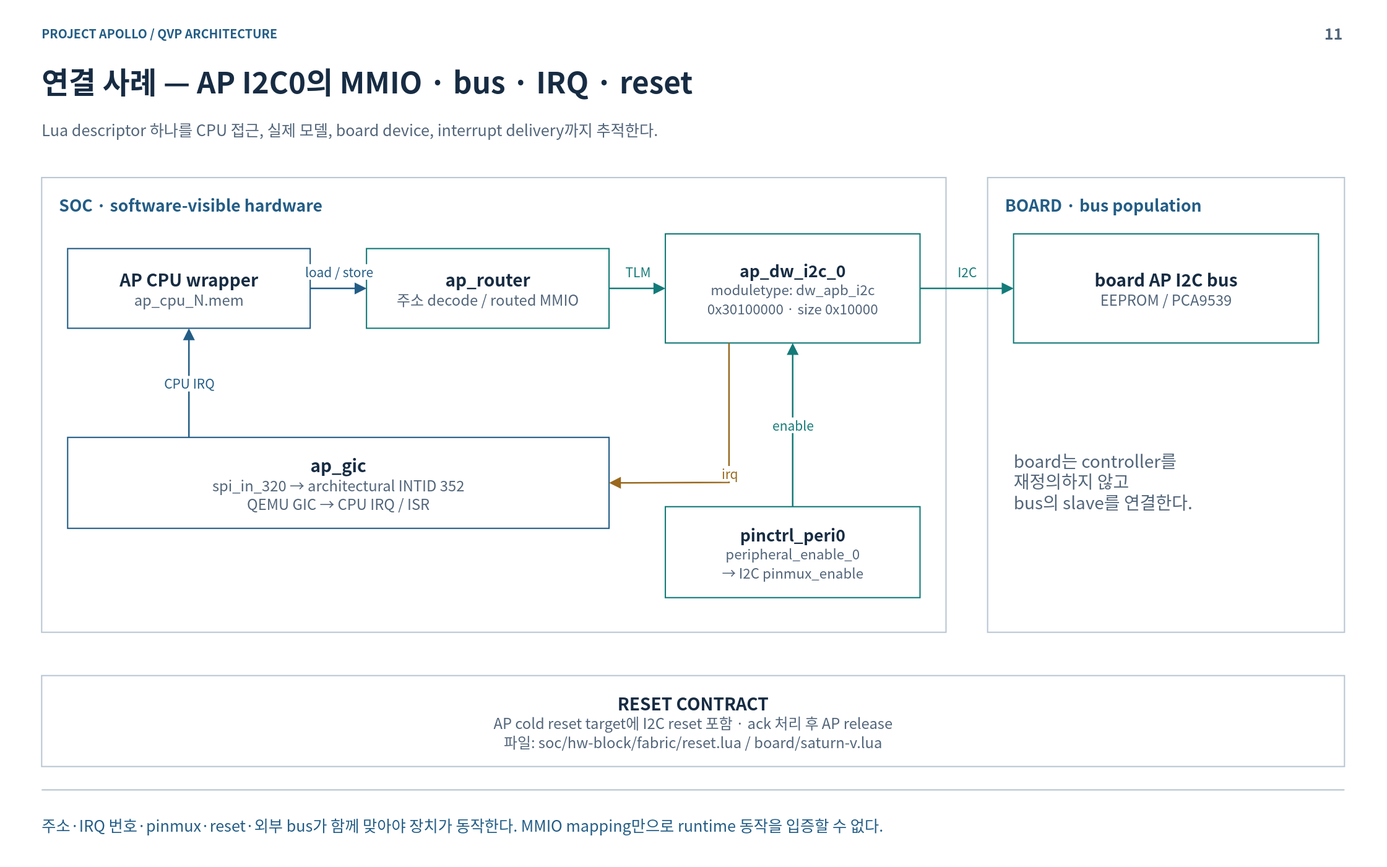
This is doc/phase1/qbox/diagrams/11-i2c-path.drawio.svg from cometzero/project-apollo, a draw.io export, as it was before one commit. Source tidied: cells renumbered, new cells last; positions are measured from the earlier drawing's top-left corner, leaving out a move shared by most shapes.
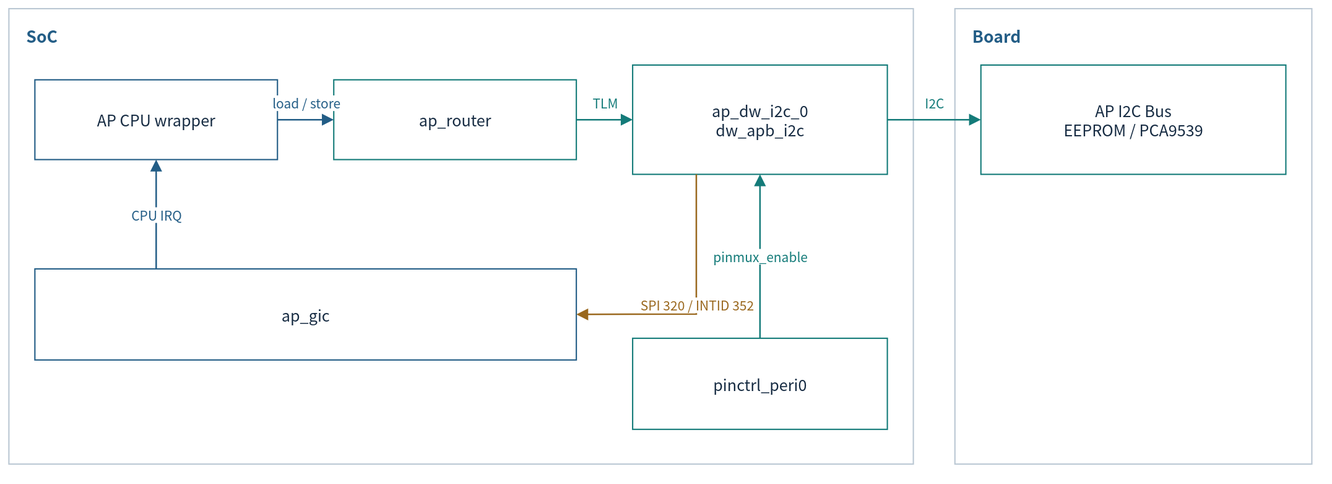
The same file after the commit.

What changed in the source:
```diff
@@ -2,52 +2,28 @@
   <root>
     <mxCell id="0" />
     <mxCell id="1" parent="0" />
-    <mxCell id="2" style="rounded=0;whiteSpace=wrap;html=1;fillColor=#FFFFFF;strokeColor=none;strokeWidth=1.5;fontColor=#172C43;fontFamily=Noto Sans CJK KR;fontSize=18;spacing=14;" parent="1" vertex="1">
-      <mxGeometry width="1600" height="1000" as="geometry" />
-    </mxCell>
-    <mxCell id="3" value="PROJECT APOLLO  /  QVP ARCHITECTURE" style="rounded=0;whiteSpace=wrap;html=1;fillColor=#FFFFFF;strokeColor=none;strokeWidth=1.5;fontColor=#172C43;fontFamily=Noto Sans CJK KR;fontSize=18;spacing=14;fillColor=none;align=left;verticalAlign=middle;spacing=0;fontSize=14;fontColor=#235D86;fontStyle=1;" parent="1" vertex="1">
-      <mxGeometry x="48" y="26" width="1400" height="24" as="geometry" />
-    </mxCell>
-    <mxCell id="4" value="11" style="rounded=0;whiteSpace=wrap;html=1;fillColor=#FFFFFF;strokeColor=none;strokeWidth=1.5;fontColor=#172C43;fontFamily=Noto Sans CJK KR;fontSize=18;spacing=14;fillColor=none;align=right;verticalAlign=middle;spacing=0;fontSize=18;fontColor=#52657A;fontStyle=1;" parent="1" vertex="1">
-      <mxGeometry x="1485" y="23" width="65" height="30" as="geometry" />
-    </mxCell>
-    <mxCell id="5" value="연결 사례 — AP I2C0의 MMIO · bus · IRQ · reset" style="rounded=0;whiteSpace=wrap;html=1;fillColor=#FFFFFF;strokeColor=none;strokeWidth=1.5;fontColor=#172C43;fontFamily=Noto Sans CJK KR;fontSize=18;spacing=14;fillColor=none;align=left;verticalAlign=middle;spacing=0;fontSize=34;fontColor=#172C43;fontStyle=1;" parent="1" vertex="1">
-      <mxGeometry x="48" y="67" width="1504" height="54" as="geometry" />
-    </mxCell>
-    <mxCell id="6" value="Lua descriptor 하나를 CPU 접근, 실제 모델, board device, interrupt delivery까지 추적한다." style="rounded=0;whiteSpace=wrap;html=1;fillColor=#FFFFFF;strokeColor=none;strokeWidth=1.5;fontColor=#172C43;fontFamily=Noto Sans CJK KR;fontSize=18;spacing=14;fillColor=none;align=left;verticalAlign=middle;spacing=0;fontSize=18;fontColor=#52657A;" parent="1" vertex="1">
-      <mxGeometry x="48" y="127" width="1504" height="44" as="geometry" />
-    </mxCell>
-    <mxCell id="7" style="html=1;rounded=0;edgeStyle=none;endArrow=none;endSize=9;strokeColor=#BAC7D3;strokeWidth=1.6;fontColor=#BAC7D3;fontFamily=Noto Sans CJK KR;fontSize=15;labelBackgroundColor=#FFFFFF;" parent="1" edge="1">
-      <mxGeometry relative="1" as="geometry">
-        <mxPoint x="48" y="912" as="sourcePoint" />
-        <mxPoint x="1552" y="912" as="targetPoint" />
-      </mxGeometry>
-    </mxCell>
-    <mxCell id="8" value="주소·IRQ 번호·pinmux·reset·외부 bus가 함께 맞아야 장치가 동작한다. MMIO mapping만으로 runtime 동작을 입증할 수 없다." style="rounded=0;whiteSpace=wrap;html=1;fillColor=#FFFFFF;strokeColor=none;strokeWidth=1.5;fontColor=#172C43;fontFamily=Noto Sans CJK KR;fontSize=18;spacing=14;fillColor=none;align=left;verticalAlign=middle;spacing=0;fontSize=18;fontColor=#235D86;" parent="1" vertex="1">
-      <mxGeometry x="48" y="926" width="1504" height="52" as="geometry" />
-    </mxCell>
     <mxCell id="9" style="rounded=0;whiteSpace=wrap;html=1;fillColor=#FFFFFF;strokeColor=#BAC7D3;strokeWidth=1.5;fontColor=#172C43;fontFamily=Noto Sans CJK KR;fontSize=18;spacing=14;" parent="1" vertex="1">
       <mxGeometry x="48" y="205" width="1044" height="525" as="geometry" />
     </mxCell>
-    <mxCell id="10" value="SOC  ·  software-visible hardware" style="rounded=0;whiteSpace=wrap;html=1;fillColor=#FFFFFF;strokeColor=none;strokeWidth=1.5;fontColor=#172C43;fontFamily=Noto Sans CJK KR;fontSize=18;spacing=14;fillColor=none;align=left;verticalAlign=middle;spacing=0;fontSize=19;fontColor=#235D86;fontStyle=1;" parent="1" vertex="1">
+    <mxCell id="10" value="SoC" style="rounded=0;whiteSpace=wrap;html=1;fillColor=#FFFFFF;strokeColor=none;strokeWidth=1.5;fontColor=#172C43;fontFamily=Noto Sans CJK KR;fontSize=18;spacing=14;fillColor=none;align=left;verticalAlign=middle;spacing=0;fontSize=19;fontColor=#235D86;fontStyle=1;" parent="1" vertex="1">
       <mxGeometry x="68" y="220" width="1004" height="32" as="geometry" />
     </mxCell>
     <mxCell id="11" style="rounded=0;whiteSpace=wrap;html=1;fillColor=#FFFFFF;strokeColor=#BAC7D3;strokeWidth=1.5;fontColor=#172C43;fontFamily=Noto Sans CJK KR;fontSize=18;spacing=14;" parent="1" vertex="1">
       <mxGeometry x="1140" y="205" width="412" height="525" as="geometry" />
     </mxCell>
-    <mxCell id="12" value="BOARD  ·  bus population" style="rounded=0;whiteSpace=wrap;html=1;fillColor=#FFFFFF;strokeColor=none;strokeWidth=1.5;fontColor=#172C43;fontFamily=Noto Sans CJK KR;fontSize=18;spacing=14;fillColor=none;align=left;verticalAlign=middle;spacing=0;fontSize=19;fontColor=#235D86;fontStyle=1;" parent="1" vertex="1">
+    <mxCell id="12" value="Board" style="rounded=0;whiteSpace=wrap;html=1;fillColor=#FFFFFF;strokeColor=none;strokeWidth=1.5;fontColor=#172C43;fontFamily=Noto Sans CJK KR;fontSize=18;spacing=14;fillColor=none;align=left;verticalAlign=middle;spacing=0;fontSize=19;fontColor=#235D86;fontStyle=1;" parent="1" vertex="1">
       <mxGeometry x="1160" y="220" width="372" height="32" as="geometry" />
     </mxCell>
-    <mxCell id="13" value="&lt;b style=&quot;font-size:20px&quot;&gt;AP CPU wrapper&lt;/b&gt;&lt;br&gt;&lt;font color=&quot;#52657A&quot; style=&quot;font-size:17px&quot;&gt;ap_cpu_N.mem&lt;/font&gt;" style="rounded=0;whiteSpace=wrap;html=1;fillColor=#FFFFFF;strokeColor=#235D86;strokeWidth=1.5;fontColor=#172C43;fontFamily=Noto Sans CJK KR;fontSize=18;spacing=14;" parent="1" vertex="1">
+    <mxCell id="13" value="AP CPU wrapper" style="rounded=0;whiteSpace=wrap;html=1;fillColor=#FFFFFF;strokeColor=#235D86;strokeWidth=1.5;fontColor=#172C43;fontFamily=Noto Sans CJK KR;fontSize=18;spacing=14;" parent="1" vertex="1">
       <mxGeometry x="78" y="287" width="280" height="92" as="geometry" />
     </mxCell>
-    <mxCell id="14" value="&lt;b style=&quot;font-size:20px&quot;&gt;ap_router&lt;/b&gt;&lt;br&gt;&lt;font color=&quot;#52657A&quot; style=&quot;font-size:17px&quot;&gt;주소 decode / routed MMIO&lt;/font&gt;" style="rounded=0;whiteSpace=wrap;html=1;fillColor=#FFFFFF;strokeColor=#147B79;strokeWidth=1.5;fontColor=#172C43;fontFamily=Noto Sans CJK KR;fontSize=18;spacing=14;" parent="1" vertex="1">
+    <mxCell id="14" value="ap_router" style="rounded=0;whiteSpace=wrap;html=1;fillColor=#FFFFFF;strokeColor=#147B79;strokeWidth=1.5;fontColor=#172C43;fontFamily=Noto Sans CJK KR;fontSize=18;spacing=14;" parent="1" vertex="1">
       <mxGeometry x="423" y="287" width="280" height="92" as="geometry" />
     </mxCell>
-    <mxCell id="15" value="&lt;b style=&quot;font-size:19px&quot;&gt;ap_dw_i2c_0&lt;/b&gt;&lt;br&gt;&lt;font color=&quot;#52657A&quot; style=&quot;font-size:16px&quot;&gt;moduletype: dw_apb_i2c&lt;br&gt;0x30100000 · size 0x10000&lt;/font&gt;" style="rounded=0;whiteSpace=wrap;html=1;fillColor=#FFFFFF;strokeColor=#147B79;strokeWidth=1.5;fontColor=#172C43;fontFamily=Noto Sans CJK KR;fontSize=18;spacing=14;" parent="1" vertex="1">
+    <mxCell id="15" value="ap_dw_i2c_0&lt;br&gt;dw_apb_i2c" style="rounded=0;whiteSpace=wrap;html=1;fillColor=#FFFFFF;strokeColor=#147B79;strokeWidth=1.5;fontColor=#172C43;fontFamily=Noto Sans CJK KR;fontSize=18;spacing=14;" parent="1" vertex="1">
       <mxGeometry x="768" y="270" width="294" height="126" as="geometry" />
     </mxCell>
-    <mxCell id="16" value="&lt;b style=&quot;font-size:20px&quot;&gt;board AP I2C bus&lt;/b&gt;&lt;br&gt;&lt;font color=&quot;#52657A&quot; style=&quot;font-size:17px&quot;&gt;EEPROM / PCA9539&lt;/font&gt;" style="rounded=0;whiteSpace=wrap;html=1;fillColor=#FFFFFF;strokeColor=#147B79;strokeWidth=1.5;fontColor=#172C43;fontFamily=Noto Sans CJK KR;fontSize=18;spacing=14;" parent="1" vertex="1">
+    <mxCell id="16" value="AP I2C Bus&lt;br&gt;EEPROM / PCA9539" style="rounded=0;whiteSpace=wrap;html=1;fillColor=#FFFFFF;strokeColor=#147B79;strokeWidth=1.5;fontColor=#172C43;fontFamily=Noto Sans CJK KR;fontSize=18;spacing=14;" parent="1" vertex="1">
       <mxGeometry x="1170" y="270" width="352" height="126" as="geometry" />
     </mxCell>
     <mxCell id="17" value="load / store" style="html=1;whiteSpace=nowrap;rounded=0;edgeStyle=none;endArrow=block;endFill=1;endSize=9;strokeColor=#235D86;strokeWidth=1.8;fontColor=#235D86;fontFamily=Noto Sans CJK KR;fontSize=15;labelBackgroundColor=#FFFFFF;exitX=1;exitY=0.5;exitDx=0;exitDy=0;entryX=0;entryY=0.5;entryDx=0;entryDy=0;" parent="1" edge="1" source="13" target="14">
@@ -65,10 +41,10 @@
         <mxPoint y="-20" as="offset" />
       </mxGeometry>
     </mxCell>
-    <mxCell id="20" value="&lt;b style=&quot;font-size:20px&quot;&gt;ap_gic&lt;/b&gt;&lt;br&gt;&lt;font color=&quot;#52657A&quot; style=&quot;font-size:17px&quot;&gt;spi_in_320 → architectural INTID 352&lt;br&gt;QEMU GIC → CPU IRQ / ISR&lt;/font&gt;" style="rounded=0;whiteSpace=wrap;html=1;fillColor=#FFFFFF;strokeColor=#235D86;strokeWidth=1.5;fontColor=#172C43;fontFamily=Noto Sans CJK KR;fontSize=18;spacing=14;" parent="1" vertex="1">
+    <mxCell id="20" value="ap_gic" style="rounded=0;whiteSpace=wrap;html=1;fillColor=#FFFFFF;strokeColor=#235D86;strokeWidth=1.5;fontColor=#172C43;fontFamily=Noto Sans CJK KR;fontSize=18;spacing=14;" parent="1" vertex="1">
       <mxGeometry x="78" y="505" width="625" height="105" as="geometry" />
     </mxCell>
-    <mxCell id="21" value="irq" style="html=1;whiteSpace=nowrap;rounded=0;edgeStyle=none;endArrow=block;endFill=1;endSize=9;strokeColor=#9A681E;strokeWidth=1.8;fontColor=#9A681E;fontFamily=Noto Sans CJK KR;fontSize=15;labelBackgroundColor=#FFFFFF;exitX=0.25;exitY=1;exitDx=0;exitDy=0;entryX=1;entryY=0.5;entryDx=0;entryDy=0;" parent="1" edge="1" source="15" target="20">
+    <mxCell id="21" value="SPI 320 / INTID 352" style="html=1;whiteSpace=nowrap;rounded=0;edgeStyle=none;endArrow=block;endFill=1;endSize=9;strokeColor=#9A681E;strokeWidth=1.8;fontColor=#9A681E;fontFamily=Noto Sans CJK KR;fontSize=15;labelBackgroundColor=#FFFFFF;exitX=0.25;exitY=1;exitDx=0;exitDy=0;entryX=1;entryY=0.5;entryDx=0;entryDy=0;" parent="1" edge="1" source="15" target="20">
       <mxGeometry relative="1" as="geometry">
         <Array as="points">
           <mxPoint x="841.5" y="557" />
@@ -78,17 +54,11 @@
     <mxCell id="22" value="CPU IRQ" style="html=1;whiteSpace=nowrap;rounded=0;edgeStyle=none;endArrow=block;endFill=1;endSize=9;strokeColor=#235D86;strokeWidth=1.8;fontColor=#235D86;fontFamily=Noto Sans CJK KR;fontSize=15;labelBackgroundColor=#FFFFFF;exitX=0.224;exitY=0;exitDx=0;exitDy=0;entryX=0.5;entryY=1;entryDx=0;entryDy=0;" parent="1" edge="1" source="20" target="13">
       <mxGeometry relative="1" as="geometry" />
     </mxCell>
-    <mxCell id="23" value="&lt;b style=&quot;font-size:19px&quot;&gt;pinctrl_peri0&lt;/b&gt;&lt;br&gt;&lt;font color=&quot;#52657A&quot; style=&quot;font-size:16px&quot;&gt;peripheral_enable_0&lt;br&gt;→ I2C pinmux_enable&lt;/font&gt;" style="rounded=0;whiteSpace=wrap;html=1;fillColor=#FFFFFF;strokeColor=#147B79;strokeWidth=1.5;fontColor=#172C43;fontFamily=Noto Sans CJK KR;fontSize=18;spacing=14;" parent="1" vertex="1">
+    <mxCell id="23" value="pinctrl_peri0" style="rounded=0;whiteSpace=wrap;html=1;fillColor=#FFFFFF;strokeColor=#147B79;strokeWidth=1.5;fontColor=#172C43;fontFamily=Noto Sans CJK KR;fontSize=18;spacing=14;" parent="1" vertex="1">
       <mxGeometry x="768" y="585" width="294" height="105" as="geometry" />
     </mxCell>
-    <mxCell id="24" value="enable" style="html=1;whiteSpace=nowrap;rounded=0;edgeStyle=none;endArrow=block;endFill=1;endSize=9;strokeColor=#147B79;strokeWidth=1.8;fontColor=#147B79;fontFamily=Noto Sans CJK KR;fontSize=15;labelBackgroundColor=#FFFFFF;exitX=0.5;exitY=0;exitDx=0;exitDy=0;entryX=0.5;entryY=1;entryDx=0;entryDy=0;" parent="1" edge="1" source="23" target="15">
+    <mxCell id="24" value="pinmux_enable" style="html=1;whiteSpace=nowrap;rounded=0;edgeStyle=none;endArrow=block;endFill=1;endSize=9;strokeColor=#147B79;strokeWidth=1.8;fontColor=#147B79;fontFamily=Noto Sans CJK KR;fontSize=15;labelBackgroundColor=#FFFFFF;exitX=0.5;exitY=0;exitDx=0;exitDy=0;entryX=0.5;entryY=1;entryDx=0;entryDy=0;" parent="1" edge="1" source="23" target="15">
       <mxGeometry relative="1" as="geometry" />
     </mxCell>
-    <mxCell id="25" value="board는 controller를&lt;br&gt;재정의하지 않고&lt;br&gt;bus의 slave를 연결한다." style="rounded=0;whiteSpace=wrap;html=1;fillColor=#FFFFFF;strokeColor=none;strokeWidth=1.5;fontColor=#172C43;fontFamily=Noto Sans CJK KR;fontSize=18;spacing=14;fillColor=none;align=left;verticalAlign=middle;spacing=0;fontSize=20;fontColor=#52657A;" parent="1" vertex="1">
-      <mxGeometry x="1170" y="484" width="352" height="142" as="geometry" />
-    </mxCell>
-    <mxCell id="26" value="&lt;b style=&quot;font-size:20px&quot;&gt;RESET CONTRACT&lt;/b&gt;&lt;br&gt;&lt;font color=&quot;#52657A&quot; style=&quot;font-size:17px&quot;&gt;AP cold reset target에 I2C reset 포함 · ack 처리 후 AP release&lt;br&gt;파일: soc/hw-block/fabric/reset.lua  /  board/saturn-v.lua&lt;/font&gt;" style="rounded=0;whiteSpace=wrap;html=1;fillColor=#FFFFFF;strokeColor=#BAC7D3;strokeWidth=1.5;fontColor=#172C43;fontFamily=Noto Sans CJK KR;fontSize=18;spacing=14;" parent="1" vertex="1">
-      <mxGeometry x="48" y="780" width="1504" height="105" as="geometry" />
-    </mxCell>
   </root>
 </mxGraphModel>
```
